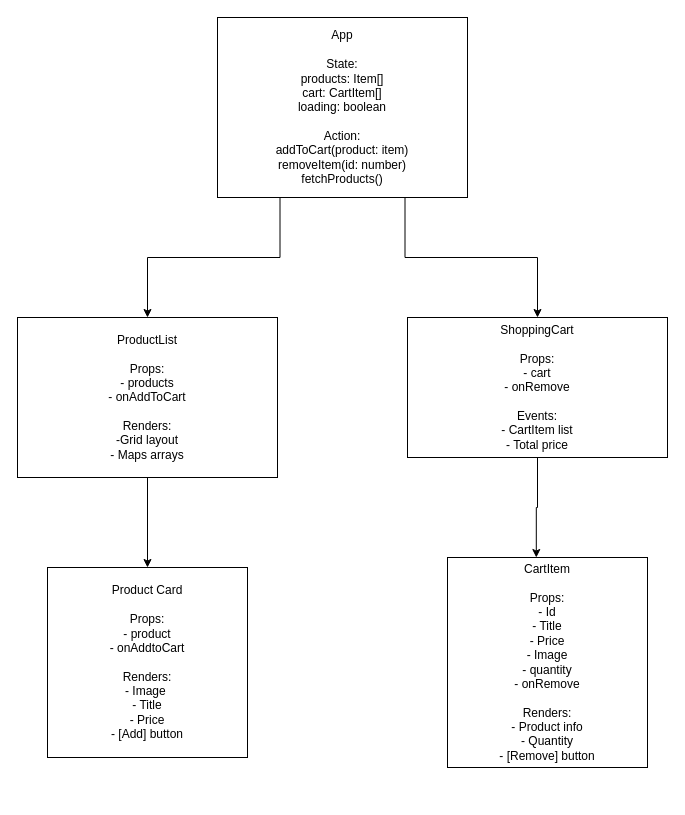
Before: docs/project_shopping_cart.drawio in kevin36936/shopping-cart, a draw.io diagram. Source tidied: cells renumbered, new cells numbered last; positions are measured from the earlier drawing's top-left corner, leaving out a move shared by most shapes. Both pictures are drawn from the tidied source at 100%, with x=0, y=0 at pixel (17, 17).
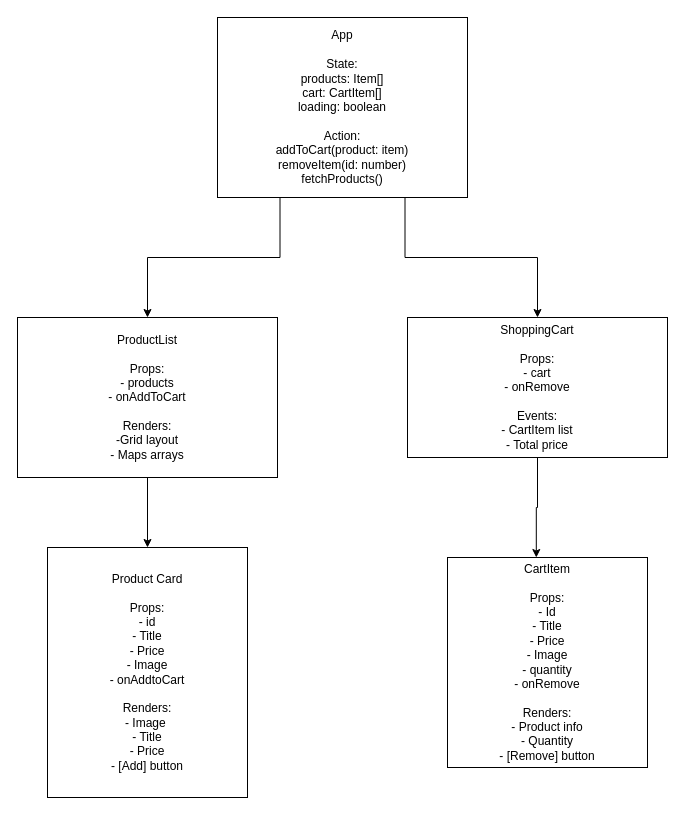
The same page after the edit.

Commit message (it also covers changes not shown here):
Product part done

The edit, as a diff of the source:
```diff
@@
 <mxGraphModel>
   <root>
     <mxCell id="0" />
     <mxCell id="1" parent="0" />
     <mxCell id="2" style="edgeStyle=orthogonalEdgeStyle;rounded=0;jettySize=auto;html=1;exitX=0.25;exitY=1;exitDx=0;exitDy=0;" parent="1" edge="1" source="4" target="6">
       <mxGeometry relative="1" as="geometry" />
     </mxCell>
     <mxCell id="3" style="edgeStyle=orthogonalEdgeStyle;rounded=0;jettySize=auto;html=1;exitX=0.75;exitY=1;exitDx=0;exitDy=0;" parent="1" edge="1" source="4" target="7">
       <mxGeometry relative="1" as="geometry" />
     </mxCell>
     <mxCell id="4" value="App&lt;div&gt;&lt;br&gt;&lt;div&gt;State:&lt;br&gt;products: Item[]&lt;/div&gt;&lt;div&gt;cart: CartItem[]&lt;/div&gt;&lt;div&gt;loading: boolean&lt;/div&gt;&lt;div&gt;&lt;br&gt;&lt;/div&gt;&lt;div&gt;Action:&lt;/div&gt;&lt;/div&gt;&lt;div&gt;addToCart(product: item)&lt;/div&gt;&lt;div&gt;removeItem(id: number)&lt;br&gt;fetchProducts()&lt;/div&gt;" style="rounded=0;whiteSpace=wrap;html=1;" parent="1" vertex="1">
       <mxGeometry x="200" width="250" height="180" as="geometry" />
     </mxCell>
     <mxCell id="5" style="edgeStyle=orthogonalEdgeStyle;rounded=0;jettySize=auto;html=1;exitX=0.5;exitY=1;exitDx=0;exitDy=0;entryX=0.5;entryY=0;entryDx=0;entryDy=0;" parent="1" edge="1" source="6" target="8">
       <mxGeometry relative="1" as="geometry" />
     </mxCell>
     <mxCell id="6" value="ProductList&lt;br&gt;&lt;div&gt;&lt;br&gt;&lt;/div&gt;&lt;div&gt;Props:&lt;/div&gt;&lt;div&gt;- products&lt;/div&gt;&lt;div&gt;- onAddToCart&lt;/div&gt;&lt;div&gt;&lt;br&gt;&lt;/div&gt;&lt;div&gt;Renders:&lt;/div&gt;&lt;div&gt;-Grid layout&lt;/div&gt;&lt;div&gt;- Maps arrays&lt;/div&gt;" style="rounded=0;whiteSpace=wrap;html=1;" parent="1" vertex="1">
       <mxGeometry y="300" width="260" height="160" as="geometry" />
     </mxCell>
     <mxCell id="7" value="ShoppingCart&lt;br&gt;&lt;div&gt;&lt;br&gt;&lt;/div&gt;&lt;div&gt;Props:&lt;/div&gt;&lt;div&gt;- cart&lt;/div&gt;&lt;div&gt;- onRemove&lt;/div&gt;&lt;div&gt;&lt;br&gt;&lt;/div&gt;&lt;div&gt;Events:&lt;/div&gt;&lt;div&gt;- CartItem list&lt;/div&gt;&lt;div&gt;- Total price&lt;/div&gt;" style="rounded=0;whiteSpace=wrap;html=1;" parent="1" vertex="1">
       <mxGeometry x="390" y="300" width="260" height="140" as="geometry" />
     </mxCell>
-    <mxCell id="8" value="Product Card&lt;div&gt;&lt;br&gt;&lt;/div&gt;&lt;div&gt;Props:&lt;/div&gt;&lt;div&gt;- product&lt;/div&gt;&lt;div&gt;- onAddtoCart&lt;/div&gt;&lt;div&gt;&lt;br&gt;&lt;/div&gt;&lt;div&gt;Renders:&lt;/div&gt;&lt;div&gt;- Image&amp;nbsp;&lt;/div&gt;&lt;div&gt;- Title&lt;/div&gt;&lt;div&gt;- Price&lt;/div&gt;&lt;div&gt;- [Add] button&lt;/div&gt;" style="rounded=0;whiteSpace=wrap;html=1;" parent="1" vertex="1">
-      <mxGeometry x="30" y="550" width="200" height="190" as="geometry" />
+    <mxCell id="8" value="Product Card&lt;div&gt;&lt;br&gt;&lt;/div&gt;&lt;div&gt;Props:&lt;/div&gt;&lt;div&gt;- id&lt;/div&gt;&lt;div&gt;- Title&lt;/div&gt;&lt;div&gt;- Price&lt;/div&gt;&lt;div&gt;- Image&lt;/div&gt;&lt;div&gt;- onAddtoCart&lt;/div&gt;&lt;div&gt;&lt;br&gt;&lt;/div&gt;&lt;div&gt;Renders:&lt;/div&gt;&lt;div&gt;- Image&amp;nbsp;&lt;/div&gt;&lt;div&gt;- Title&lt;/div&gt;&lt;div&gt;- Price&lt;/div&gt;&lt;div&gt;- [Add] button&lt;/div&gt;" style="rounded=0;whiteSpace=wrap;html=1;" parent="1" vertex="1">
+      <mxGeometry x="30" y="530" width="200" height="250" as="geometry" />
     </mxCell>
     <mxCell id="9" value="CartItem&lt;div&gt;&lt;br&gt;&lt;/div&gt;&lt;div&gt;Props:&lt;/div&gt;&lt;div&gt;- Id&lt;/div&gt;&lt;div&gt;- Title&lt;/div&gt;&lt;div&gt;- Price&lt;/div&gt;&lt;div&gt;- Image&lt;/div&gt;&lt;div&gt;- quantity&lt;/div&gt;&lt;div&gt;- onRemove&lt;/div&gt;&lt;div&gt;&lt;br&gt;&lt;/div&gt;&lt;div&gt;Renders:&lt;/div&gt;&lt;div&gt;- Product info&lt;/div&gt;&lt;div&gt;- Quantity&lt;/div&gt;&lt;div&gt;- [Remove] button&lt;/div&gt;" style="rounded=0;whiteSpace=wrap;html=1;" parent="1" vertex="1">
       <mxGeometry x="430" y="540" width="200" height="210" as="geometry" />
     </mxCell>
     <mxCell id="10" style="edgeStyle=orthogonalEdgeStyle;rounded=0;jettySize=auto;html=1;entryX=0.444;entryY=0;entryDx=0;entryDy=0;entryPerimeter=0;" parent="1" edge="1" source="7" target="9">
       <mxGeometry relative="1" as="geometry" />
     </mxCell>
   </root>
 </mxGraphModel>
```
